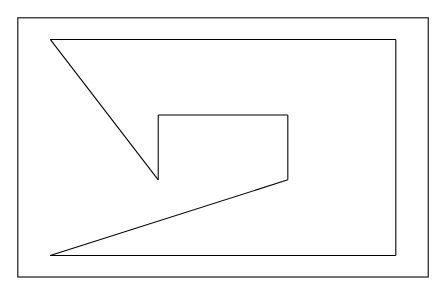
The draw.io diagram page "Page-4-3" (21 of 24) of file/Algorithm/NavmeshNavigation/NavmeshNavigation.drawio in FallingXun/FallingXun.github.io, before the edit. Source tidied: cells renumbered, new cells numbered last; positions are measured from the earlier drawing's top-left corner, leaving out a move shared by most shapes. Both pictures are drawn from the tidied source at 108%, with x=0, y=0 at pixel (17, 17).
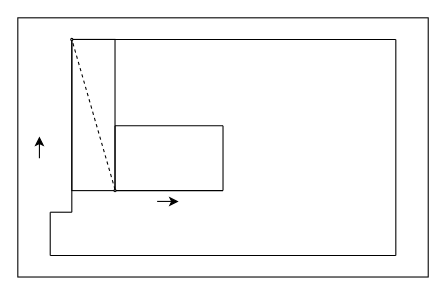
The same page after the edit.

Change to the diagram source:
```diff
@@
-    <mxCell id="2" style="endArrow=none;html=1;exitX=0;exitY=0;exitDx=0;exitDy=0;entryX=1;entryY=0;entryDx=0;entryDy=0;strokeColor=light-dark(#000000,#00FF00);" parent="1" edge="1">
-      <mxGeometry relative="1" as="geometry">
-        <mxPoint x="30" y="220" as="sourcePoint" />
-        <mxPoint x="350" y="220" as="targetPoint" />
-      </mxGeometry>
-    </mxCell>
-    <mxCell id="3" style="endArrow=none;html=1;exitX=0;exitY=0;exitDx=0;exitDy=0;entryX=1;entryY=0;entryDx=0;entryDy=0;strokeColor=light-dark(#000000,#00FF00);" parent="1" edge="1">
-      <mxGeometry relative="1" as="geometry">
-        <mxPoint x="30" y="20" as="sourcePoint" />
-        <mxPoint x="350" y="20" as="targetPoint" />
-      </mxGeometry>
-    </mxCell>
-    <mxCell id="4" style="endArrow=none;html=1;exitX=1;exitY=1;exitDx=0;exitDy=0;entryX=1;entryY=0;entryDx=0;entryDy=0;strokeColor=light-dark(#000000,#00FF00);" parent="1" edge="1">
-      <mxGeometry relative="1" as="geometry">
-        <mxPoint x="350" y="220" as="sourcePoint" />
-        <mxPoint x="350" y="20" as="targetPoint" />
-      </mxGeometry>
-    </mxCell>
-    <mxCell id="5" style="endArrow=none;html=1;entryX=1;entryY=1;entryDx=0;entryDy=0;strokeColor=light-dark(#000000,#00FF00);" parent="1" edge="1">
-      <mxGeometry relative="1" as="geometry">
-        <mxPoint x="30" y="220" as="sourcePoint" />
-        <mxPoint x="250" y="150" as="targetPoint" />
-      </mxGeometry>
-    </mxCell>
-    <mxCell id="6" style="endArrow=none;html=1;entryX=1;entryY=0;entryDx=0;entryDy=0;strokeColor=light-dark(#000000,#00FF00);exitX=1;exitY=1;exitDx=0;exitDy=0;" parent="1" edge="1">
-      <mxGeometry relative="1" as="geometry">
-        <mxPoint x="250" y="150" as="sourcePoint" />
-        <mxPoint x="250" y="90" as="targetPoint" />
-      </mxGeometry>
-    </mxCell>
-    <mxCell id="7" style="endArrow=none;html=1;entryX=1;entryY=0;entryDx=0;entryDy=0;strokeColor=light-dark(#000000,#00FF00);exitX=0;exitY=0;exitDx=0;exitDy=0;" parent="1" edge="1">
-      <mxGeometry relative="1" as="geometry">
-        <mxPoint x="130" y="90" as="sourcePoint" />
-        <mxPoint x="250" y="90" as="targetPoint" />
-      </mxGeometry>
-    </mxCell>
-    <mxCell id="8" style="endArrow=none;html=1;entryX=0;entryY=1;entryDx=0;entryDy=0;strokeColor=light-dark(#000000,#00FF00);exitX=0;exitY=0;exitDx=0;exitDy=0;" parent="1" edge="1">
-      <mxGeometry relative="1" as="geometry">
-        <mxPoint x="130" y="90" as="sourcePoint" />
-        <mxPoint x="130" y="150" as="targetPoint" />
-      </mxGeometry>
-    </mxCell>
-    <mxCell id="9" style="endArrow=none;html=1;strokeColor=light-dark(#000000,#00FF00);" parent="1" edge="1">
-      <mxGeometry relative="1" as="geometry">
-        <mxPoint x="30" y="20" as="sourcePoint" />
-        <mxPoint x="130" y="150" as="targetPoint" />
-      </mxGeometry>
-    </mxCell>
@@
+    <mxCell id="11" style="endArrow=classic;html=1;strokeColor=light-dark(#000000,#00FF00);" parent="1" edge="1">
+      <mxGeometry relative="1" as="geometry">
+        <mxPoint x="20" y="130" as="sourcePoint" />
+        <mxPoint x="20" y="110" as="targetPoint" />
+      </mxGeometry>
+    </mxCell>
+    <mxCell id="12" style="endArrow=classic;html=1;strokeColor=light-dark(#000000,#FFFF00);" parent="1" edge="1">
+      <mxGeometry relative="1" as="geometry">
+        <mxPoint x="129" y="170" as="sourcePoint" />
+        <mxPoint x="148.9" y="170" as="targetPoint" />
+      </mxGeometry>
+    </mxCell>
+    <mxCell id="13" style="endArrow=none;html=1;strokeColor=light-dark(#000000,#00FF00);" parent="1" edge="1">
+      <mxGeometry relative="1" as="geometry">
+        <mxPoint x="30" y="220" as="sourcePoint" />
+        <mxPoint x="30" y="180" as="targetPoint" />
+      </mxGeometry>
+    </mxCell>
+    <mxCell id="14" style="endArrow=none;html=1;strokeColor=light-dark(#000000,#00FF00);" parent="1" edge="1">
+      <mxGeometry relative="1" as="geometry">
+        <mxPoint x="50" y="180" as="sourcePoint" />
+        <mxPoint x="30" y="180" as="targetPoint" />
+      </mxGeometry>
+    </mxCell>
+    <mxCell id="15" style="endArrow=none;html=1;strokeColor=light-dark(#000000,#00FF00);" parent="1" edge="1">
+      <mxGeometry relative="1" as="geometry">
+        <mxPoint x="50" y="20" as="sourcePoint" />
+        <mxPoint x="50" y="180" as="targetPoint" />
+      </mxGeometry>
+    </mxCell>
+    <mxCell id="16" style="endArrow=none;html=1;strokeColor=light-dark(#000000,#00FF00);" parent="1" edge="1">
+      <mxGeometry relative="1" as="geometry">
+        <mxPoint x="50" y="20" as="sourcePoint" />
+        <mxPoint x="350" y="20" as="targetPoint" />
+      </mxGeometry>
+    </mxCell>
+    <mxCell id="17" style="endArrow=none;html=1;strokeColor=light-dark(#000000,#00FF00);" parent="1" edge="1">
+      <mxGeometry relative="1" as="geometry">
+        <mxPoint x="30" y="220" as="sourcePoint" />
+        <mxPoint x="350" y="220" as="targetPoint" />
+      </mxGeometry>
+    </mxCell>
+    <mxCell id="18" style="endArrow=none;html=1;strokeColor=light-dark(#000000,#00FF00);" parent="1" edge="1">
+      <mxGeometry relative="1" as="geometry">
+        <mxPoint x="350" y="220" as="sourcePoint" />
+        <mxPoint x="350" y="20" as="targetPoint" />
+      </mxGeometry>
+    </mxCell>
+    <mxCell id="19" style="endArrow=none;html=1;entryX=0;entryY=1;entryDx=0;entryDy=0;dashed=1;" parent="1" edge="1">
+      <mxGeometry relative="1" as="geometry">
+        <mxPoint x="90" y="159" as="sourcePoint" />
+        <mxPoint x="50" y="20" as="targetPoint" />
+      </mxGeometry>
+    </mxCell>
+    <mxCell id="20" style="endArrow=none;html=1;strokeColor=light-dark(#000000,#FFFF00);" parent="1" edge="1">
+      <mxGeometry relative="1" as="geometry">
+        <mxPoint x="90" y="160" as="sourcePoint" />
+        <mxPoint x="190" y="160" as="targetPoint" />
+      </mxGeometry>
+    </mxCell>
+    <mxCell id="21" style="endArrow=none;html=1;strokeColor=light-dark(#000000,#FFFF00);" parent="1" edge="1">
+      <mxGeometry relative="1" as="geometry">
+        <mxPoint x="190" y="160" as="sourcePoint" />
+        <mxPoint x="190" y="100" as="targetPoint" />
+      </mxGeometry>
+    </mxCell>
+    <mxCell id="22" style="rounded=0;whiteSpace=wrap;html=1;fillColor=none;strokeColor=light-dark(#000000,#FF0000);" parent="1" vertex="1">
+      <mxGeometry x="50" y="20" width="40" height="140" as="geometry" />
+    </mxCell>
+    <mxCell id="23" style="ellipse;whiteSpace=wrap;html=1;strokeColor=light-dark(#000000,#FFFF00);fillColor=light-dark(#FFFFFF,#FFFF00);" parent="1" vertex="1">
+      <mxGeometry x="89" y="159" width="2" height="2" as="geometry" />
+    </mxCell>
+    <mxCell id="24" style="endArrow=none;html=1;strokeColor=light-dark(#000000,#FFFF00);" parent="1" edge="1">
+      <mxGeometry relative="1" as="geometry">
+        <mxPoint x="90" y="100" as="sourcePoint" />
+        <mxPoint x="190" y="100" as="targetPoint" />
+      </mxGeometry>
+    </mxCell>
+    <mxCell id="25" style="endArrow=none;html=1;strokeColor=light-dark(#000000,#FFFF00);" parent="1" edge="1">
+      <mxGeometry relative="1" as="geometry">
+        <mxPoint x="90" y="160" as="sourcePoint" />
+        <mxPoint x="90" y="100" as="targetPoint" />
+      </mxGeometry>
+    </mxCell>
+    <mxCell id="26" style="ellipse;whiteSpace=wrap;html=1;strokeColor=light-dark(#000000,#00FF00);fillColor=light-dark(#FFFFFF,#00FF00);" parent="1" vertex="1">
+      <mxGeometry x="49" y="19" width="2" height="2" as="geometry" />
+    </mxCell>
```
